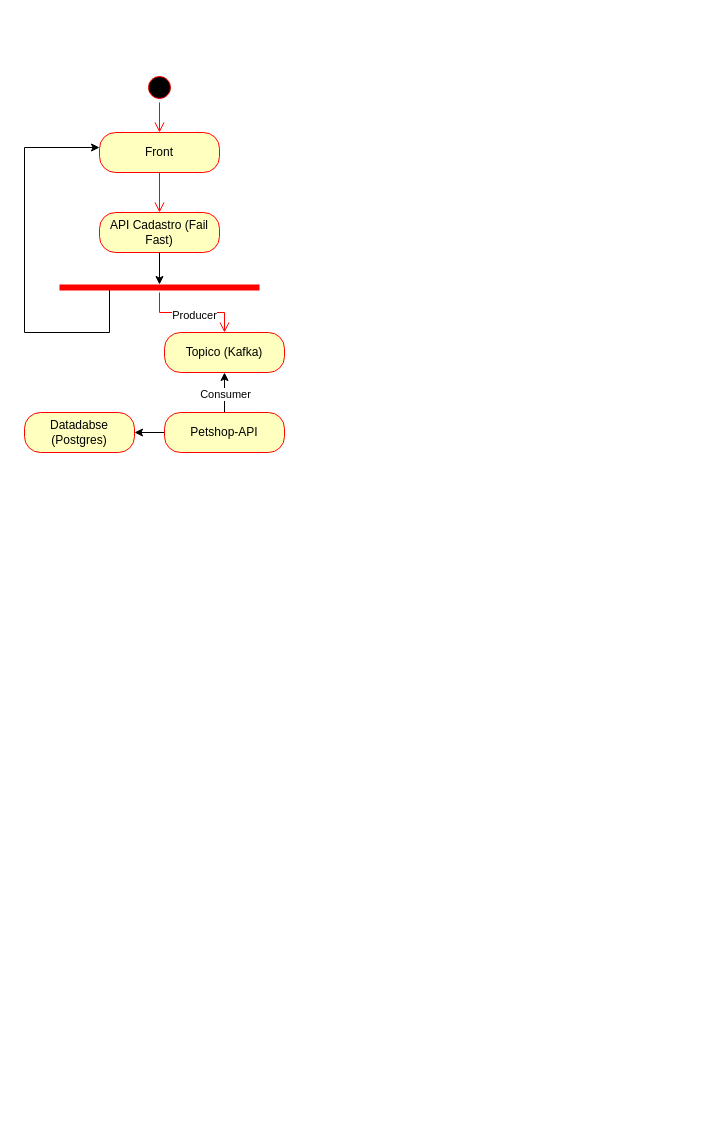
The draw.io diagram page "Usuario" (1 of 2) of diagramas/petshop-system.drawio in petshop-system/petshop-api, before the edit. Source tidied: cells renumbered, new cells numbered last; positions are measured from the earlier drawing's top-left corner, leaving out a move shared by most shapes. Both pictures are drawn from the tidied source at 100%, with x=0, y=0 at pixel (24, 72).
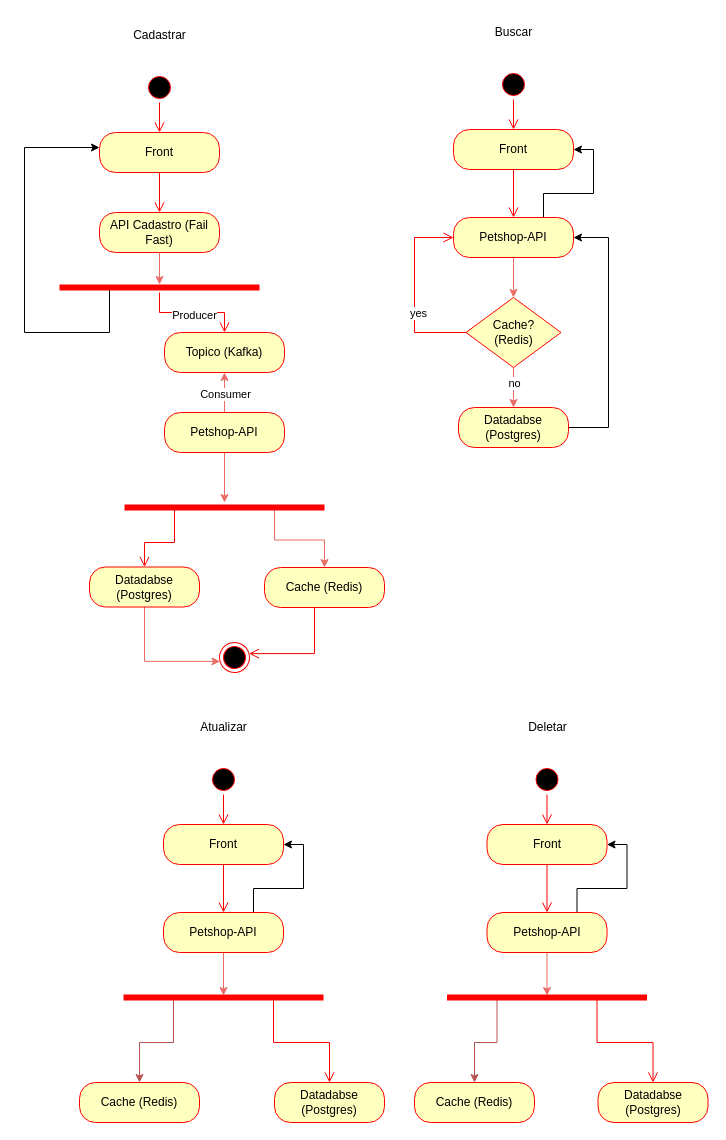
The same page after the edit.

Unchanged cells that the change refers to:
```xml
<mxCell id="3" style="shape=line;html=1;strokeWidth=6;strokeColor=#ff0000;" parent="1" vertex="1">
  <mxGeometry x="35" y="210" width="200" height="10" as="geometry" />
</mxCell>
<mxCell id="10" value="API Cadastro (Fail Fast)" style="rounded=1;whiteSpace=wrap;html=1;arcSize=40;fontColor=#000000;fillColor=#ffffc0;strokeColor=#ff0000;" parent="1" vertex="1">
  <mxGeometry x="75" y="140" width="120" height="40" as="geometry" />
</mxCell>
<mxCell id="15" value="Petshop-API" style="rounded=1;whiteSpace=wrap;html=1;arcSize=40;fontColor=#000000;fillColor=#ffffc0;strokeColor=#ff0000;" parent="1" vertex="1">
  <mxGeometry x="140" y="340" width="120" height="40" as="geometry" />
</mxCell>
<mxCell id="17" value="Topico (Kafka)" style="rounded=1;whiteSpace=wrap;html=1;arcSize=40;fontColor=#000000;fillColor=#ffffc0;strokeColor=#ff0000;" parent="1" vertex="1">
  <mxGeometry x="140" y="260" width="120" height="40" as="geometry" />
</mxCell>
```

Change to the diagram source:
```diff
@@
-    <mxCell id="11" style="edgeStyle=orthogonalEdgeStyle;rounded=0;jettySize=auto;html=1;entryX=0.5;entryY=0.2;entryDx=0;entryDy=0;entryPerimeter=0;" parent="1" edge="1" source="10" target="3">
+    <mxCell id="11" style="edgeStyle=orthogonalEdgeStyle;rounded=0;jettySize=auto;html=1;entryX=0.5;entryY=0.2;entryDx=0;entryDy=0;entryPerimeter=0;strokeColor=#EA6B66;" parent="1" edge="1" source="10" target="3">
       <mxGeometry relative="1" as="geometry" />
     </mxCell>
-    <mxCell id="12" style="edgeStyle=orthogonalEdgeStyle;rounded=0;jettySize=auto;html=1;" parent="1" edge="1" source="15" target="16">
-      <mxGeometry relative="1" as="geometry" />
-    </mxCell>
-    <mxCell id="13" style="edgeStyle=orthogonalEdgeStyle;rounded=0;jettySize=auto;html=1;entryX=0.5;entryY=1;entryDx=0;entryDy=0;" parent="1" edge="1" source="15" target="17">
+    <mxCell id="13" style="edgeStyle=orthogonalEdgeStyle;rounded=0;jettySize=auto;html=1;entryX=0.5;entryY=1;entryDx=0;entryDy=0;strokeColor=#EA6B66;" parent="1" edge="1" source="15" target="17">
       <mxGeometry relative="1" as="geometry" />
     </mxCell>
@@
+    <mxCell id="18" style="edgeStyle=orthogonalEdgeStyle;rounded=0;jettySize=auto;html=1;strokeColor=#EA6B66;" parent="1" edge="1" source="15" target="37">
+      <mxGeometry relative="1" as="geometry" />
+    </mxCell>
@@
+    <mxCell id="19" style="edgeStyle=orthogonalEdgeStyle;rounded=0;jettySize=auto;html=1;entryX=0;entryY=0;entryDx=0;entryDy=0;exitX=0.5;exitY=1;exitDx=0;exitDy=0;strokeColor=#EA6B66;" parent="1" edge="1" source="16" target="20">
+      <mxGeometry relative="1" as="geometry">
+        <Array as="points">
+          <mxPoint x="120" y="589" />
+        </Array>
+      </mxGeometry>
+    </mxCell>
     <mxCell id="16" value="Datadabse (Postgres)" style="whiteSpace=wrap;html=1;fillColor=#ffffc0;strokeColor=#ff0000;fontColor=#000000;rounded=1;arcSize=40;" parent="1" vertex="1">
-      <mxGeometry y="340" width="110" height="40" as="geometry" />
+      <mxGeometry x="65" y="494.5" width="110" height="40" as="geometry" />
     </mxCell>
@@
+    <mxCell id="20" style="ellipse;html=1;shape=endState;fillColor=#000000;strokeColor=#ff0000;rotation=-60;" parent="1" vertex="1">
+      <mxGeometry x="195" y="570" width="30" height="30" as="geometry" />
+    </mxCell>
+    <mxCell id="21" value="Cadastrar" style="text;html=1;align=center;verticalAlign=middle;strokeColor=none;fillColor=none;" parent="1" vertex="1">
+      <mxGeometry x="95" y="-52" width="80" height="30" as="geometry" />
+    </mxCell>
+    <mxCell id="22" style="ellipse;html=1;shape=startState;fillColor=#000000;strokeColor=#ff0000;" parent="1" vertex="1">
+      <mxGeometry x="474" y="-3" width="30" height="30" as="geometry" />
+    </mxCell>
+    <mxCell id="23" style="edgeStyle=orthogonalEdgeStyle;html=1;verticalAlign=bottom;endArrow=open;endSize=8;strokeColor=#ff0000;rounded=0;entryX=0.5;entryY=0;entryDx=0;entryDy=0;" parent="1" edge="1" source="22" target="24">
+      <mxGeometry relative="1" as="geometry" />
+    </mxCell>
+    <mxCell id="24" value="Front" style="rounded=1;whiteSpace=wrap;html=1;arcSize=40;fontColor=#000000;fillColor=#ffffc0;strokeColor=#ff0000;" parent="1" vertex="1">
+      <mxGeometry x="429" y="57" width="120" height="40" as="geometry" />
+    </mxCell>
+    <mxCell id="25" style="edgeStyle=orthogonalEdgeStyle;html=1;verticalAlign=bottom;endArrow=open;endSize=8;strokeColor=#ff0000;rounded=0;entryX=0.5;entryY=0;entryDx=0;entryDy=0;" parent="1" edge="1" source="24" target="28">
+      <mxGeometry relative="1" as="geometry" />
+    </mxCell>
+    <mxCell id="26" style="edgeStyle=orthogonalEdgeStyle;rounded=0;jettySize=auto;html=1;entryX=0.5;entryY=0;entryDx=0;entryDy=0;strokeColor=#EA6B66;" parent="1" edge="1" source="28" target="34">
+      <mxGeometry relative="1" as="geometry" />
+    </mxCell>
+    <mxCell id="27" style="edgeStyle=orthogonalEdgeStyle;rounded=0;jettySize=auto;html=1;exitX=0.75;exitY=0;exitDx=0;exitDy=0;entryX=1;entryY=0.5;entryDx=0;entryDy=0;" parent="1" edge="1" source="28" target="24">
+      <mxGeometry relative="1" as="geometry" />
+    </mxCell>
+    <mxCell id="28" value="Petshop-API" style="rounded=1;whiteSpace=wrap;html=1;arcSize=40;fontColor=#000000;fillColor=#ffffc0;strokeColor=#ff0000;" parent="1" vertex="1">
+      <mxGeometry x="429" y="145" width="120" height="40" as="geometry" />
+    </mxCell>
+    <mxCell id="29" style="edgeStyle=orthogonalEdgeStyle;rounded=0;jettySize=auto;html=1;" parent="1" edge="1" source="30">
+      <mxGeometry relative="1" as="geometry">
+        <mxPoint x="549" y="165" as="targetPoint" />
+        <Array as="points">
+          <mxPoint x="584" y="355" />
+          <mxPoint x="584" y="165" />
+        </Array>
+      </mxGeometry>
+    </mxCell>
+    <mxCell id="30" value="Datadabse (Postgres)" style="whiteSpace=wrap;html=1;fillColor=#ffffc0;strokeColor=#ff0000;fontColor=#000000;rounded=1;arcSize=40;" parent="1" vertex="1">
+      <mxGeometry x="434" y="335" width="110" height="40" as="geometry" />
+    </mxCell>
+    <mxCell id="31" value="Buscar" style="text;html=1;align=center;verticalAlign=middle;strokeColor=none;fillColor=none;" parent="1" vertex="1">
+      <mxGeometry x="459" y="-55" width="60" height="30" as="geometry" />
+    </mxCell>
+    <mxCell id="32" style="edgeStyle=orthogonalEdgeStyle;rounded=0;jettySize=auto;html=1;strokeColor=#EA6B66;" parent="1" edge="1" source="34" target="30">
+      <mxGeometry relative="1" as="geometry" />
+    </mxCell>
+    <mxCell id="33" value="no" style="edgeLabel;html=1;align=center;verticalAlign=middle;" parent="32" vertex="1">
+      <mxGeometry x="-0.55" y="-1" relative="1" as="geometry">
+        <mxPoint x="1" y="6" as="offset" />
+      </mxGeometry>
+    </mxCell>
+    <mxCell id="34" value="Cache? &lt;br&gt;(Redis)" style="rhombus;whiteSpace=wrap;html=1;fontColor=#000000;fillColor=#ffffc0;strokeColor=#ff0000;" parent="1" vertex="1">
+      <mxGeometry x="441.5" y="225" width="95" height="70" as="geometry" />
+    </mxCell>
+    <mxCell id="35" value="yes" style="edgeStyle=orthogonalEdgeStyle;html=1;align=left;verticalAlign=top;endArrow=open;endSize=8;strokeColor=#ff0000;rounded=0;entryX=0;entryY=0.5;entryDx=0;entryDy=0;exitX=0;exitY=0.5;exitDx=0;exitDy=0;" parent="1" edge="1" source="34" target="28">
+      <mxGeometry x="-0.09" y="6" relative="1" as="geometry">
+        <Array as="points">
+          <mxPoint x="390" y="260" />
+          <mxPoint x="390" y="165" />
+        </Array>
+      </mxGeometry>
+    </mxCell>
+    <mxCell id="36" style="edgeStyle=orthogonalEdgeStyle;rounded=0;jettySize=auto;html=1;exitX=0.75;exitY=0.5;exitDx=0;exitDy=0;exitPerimeter=0;entryX=0.5;entryY=0;entryDx=0;entryDy=0;strokeColor=#EA6B66;" parent="1" edge="1" source="37" target="39">
+      <mxGeometry relative="1" as="geometry" />
+    </mxCell>
+    <mxCell id="37" style="shape=line;html=1;strokeWidth=6;strokeColor=#ff0000;" parent="1" vertex="1">
+      <mxGeometry x="100" y="430" width="200" height="10" as="geometry" />
+    </mxCell>
+    <mxCell id="38" style="edgeStyle=orthogonalEdgeStyle;html=1;verticalAlign=bottom;endArrow=open;endSize=8;strokeColor=#ff0000;rounded=0;entryX=0.5;entryY=0;entryDx=0;entryDy=0;exitX=0.25;exitY=0.5;exitDx=0;exitDy=0;exitPerimeter=0;" parent="1" edge="1" source="37" target="16">
+      <mxGeometry relative="1" as="geometry">
+        <Array as="points">
+          <mxPoint x="150" y="470" />
+          <mxPoint x="120" y="470" />
+        </Array>
+      </mxGeometry>
+    </mxCell>
+    <mxCell id="39" value="Cache (Redis)" style="rounded=1;whiteSpace=wrap;html=1;arcSize=40;fontColor=#000000;fillColor=#ffffc0;strokeColor=#ff0000;" parent="1" vertex="1">
+      <mxGeometry x="240" y="495" width="120" height="40" as="geometry" />
+    </mxCell>
+    <mxCell id="40" style="edgeStyle=orthogonalEdgeStyle;html=1;verticalAlign=bottom;endArrow=open;endSize=8;strokeColor=#ff0000;rounded=0;entryX=1;entryY=1;entryDx=0;entryDy=0;" parent="1" edge="1" source="39" target="20">
+      <mxGeometry relative="1" as="geometry">
+        <Array as="points">
+          <mxPoint x="290" y="581" />
+        </Array>
+      </mxGeometry>
+    </mxCell>
+    <mxCell id="41" style="ellipse;html=1;shape=startState;fillColor=#000000;strokeColor=#ff0000;" parent="1" vertex="1">
+      <mxGeometry x="184" y="692" width="30" height="30" as="geometry" />
+    </mxCell>
+    <mxCell id="42" style="edgeStyle=orthogonalEdgeStyle;html=1;verticalAlign=bottom;endArrow=open;endSize=8;strokeColor=#ff0000;rounded=0;entryX=0.5;entryY=0;entryDx=0;entryDy=0;" parent="1" edge="1" source="41" target="43">
+      <mxGeometry relative="1" as="geometry" />
+    </mxCell>
+    <mxCell id="43" value="Front" style="rounded=1;whiteSpace=wrap;html=1;arcSize=40;fontColor=#000000;fillColor=#ffffc0;strokeColor=#ff0000;" parent="1" vertex="1">
+      <mxGeometry x="139" y="752" width="120" height="40" as="geometry" />
+    </mxCell>
+    <mxCell id="44" style="edgeStyle=orthogonalEdgeStyle;html=1;verticalAlign=bottom;endArrow=open;endSize=8;strokeColor=#ff0000;rounded=0;entryX=0.5;entryY=0;entryDx=0;entryDy=0;" parent="1" edge="1" source="43" target="47">
+      <mxGeometry relative="1" as="geometry" />
+    </mxCell>
+    <mxCell id="45" style="edgeStyle=orthogonalEdgeStyle;rounded=0;jettySize=auto;html=1;strokeColor=#EA6B66;entryX=0.5;entryY=0.3;entryDx=0;entryDy=0;entryPerimeter=0;" parent="1" edge="1" source="47" target="51">
+      <mxGeometry relative="1" as="geometry" />
+    </mxCell>
+    <mxCell id="46" style="edgeStyle=orthogonalEdgeStyle;rounded=0;jettySize=auto;html=1;exitX=0.75;exitY=0;exitDx=0;exitDy=0;entryX=1;entryY=0.5;entryDx=0;entryDy=0;" parent="1" edge="1" source="47" target="43">
+      <mxGeometry relative="1" as="geometry" />
+    </mxCell>
+    <mxCell id="47" value="Petshop-API" style="rounded=1;whiteSpace=wrap;html=1;arcSize=40;fontColor=#000000;fillColor=#ffffc0;strokeColor=#ff0000;" parent="1" vertex="1">
+      <mxGeometry x="139" y="840" width="120" height="40" as="geometry" />
+    </mxCell>
+    <mxCell id="48" value="Datadabse (Postgres)" style="whiteSpace=wrap;html=1;fillColor=#ffffc0;strokeColor=#ff0000;fontColor=#000000;rounded=1;arcSize=40;" parent="1" vertex="1">
+      <mxGeometry x="250" y="1010" width="110" height="40" as="geometry" />
+    </mxCell>
+    <mxCell id="49" value="Atualizar" style="text;html=1;align=center;verticalAlign=middle;strokeColor=none;fillColor=none;" parent="1" vertex="1">
+      <mxGeometry x="164" y="640" width="70" height="30" as="geometry" />
+    </mxCell>
+    <mxCell id="50" style="edgeStyle=orthogonalEdgeStyle;rounded=0;jettySize=auto;html=1;entryX=0.5;entryY=0;entryDx=0;entryDy=0;exitX=0.25;exitY=0.5;exitDx=0;exitDy=0;exitPerimeter=0;fillColor=#f8cecc;strokeColor=#b85450;" parent="1" edge="1" source="51" target="53">
+      <mxGeometry relative="1" as="geometry" />
+    </mxCell>
+    <mxCell id="51" style="shape=line;html=1;strokeWidth=6;strokeColor=#ff0000;" parent="1" vertex="1">
+      <mxGeometry x="99" y="920" width="200" height="10" as="geometry" />
+    </mxCell>
+    <mxCell id="52" style="edgeStyle=orthogonalEdgeStyle;html=1;verticalAlign=bottom;endArrow=open;endSize=8;strokeColor=#ff0000;rounded=0;entryX=0.5;entryY=0;entryDx=0;entryDy=0;exitX=0.75;exitY=0.5;exitDx=0;exitDy=0;exitPerimeter=0;" parent="1" edge="1" source="51" target="48">
+      <mxGeometry relative="1" as="geometry" />
+    </mxCell>
+    <mxCell id="53" value="Cache (Redis)" style="rounded=1;whiteSpace=wrap;html=1;arcSize=40;fontColor=#000000;fillColor=#ffffc0;strokeColor=#ff0000;" parent="1" vertex="1">
+      <mxGeometry x="55" y="1010" width="120" height="40" as="geometry" />
+    </mxCell>
+    <mxCell id="54" style="ellipse;html=1;shape=startState;fillColor=#000000;strokeColor=#ff0000;" parent="1" vertex="1">
+      <mxGeometry x="507.5" y="692" width="30" height="30" as="geometry" />
+    </mxCell>
+    <mxCell id="55" style="edgeStyle=orthogonalEdgeStyle;html=1;verticalAlign=bottom;endArrow=open;endSize=8;strokeColor=#ff0000;rounded=0;entryX=0.5;entryY=0;entryDx=0;entryDy=0;" parent="1" edge="1" source="54" target="56">
+      <mxGeometry relative="1" as="geometry" />
+    </mxCell>
+    <mxCell id="56" value="Front" style="rounded=1;whiteSpace=wrap;html=1;arcSize=40;fontColor=#000000;fillColor=#ffffc0;strokeColor=#ff0000;" parent="1" vertex="1">
+      <mxGeometry x="462.5" y="752" width="120" height="40" as="geometry" />
+    </mxCell>
+    <mxCell id="57" style="edgeStyle=orthogonalEdgeStyle;html=1;verticalAlign=bottom;endArrow=open;endSize=8;strokeColor=#ff0000;rounded=0;entryX=0.5;entryY=0;entryDx=0;entryDy=0;" parent="1" edge="1" source="56" target="60">
+      <mxGeometry relative="1" as="geometry" />
+    </mxCell>
+    <mxCell id="58" style="edgeStyle=orthogonalEdgeStyle;rounded=0;jettySize=auto;html=1;strokeColor=#EA6B66;entryX=0.5;entryY=0.3;entryDx=0;entryDy=0;entryPerimeter=0;" parent="1" edge="1" source="60" target="64">
+      <mxGeometry relative="1" as="geometry" />
+    </mxCell>
+    <mxCell id="59" style="edgeStyle=orthogonalEdgeStyle;rounded=0;jettySize=auto;html=1;exitX=0.75;exitY=0;exitDx=0;exitDy=0;entryX=1;entryY=0.5;entryDx=0;entryDy=0;" parent="1" edge="1" source="60" target="56">
+      <mxGeometry relative="1" as="geometry" />
+    </mxCell>
+    <mxCell id="60" value="Petshop-API" style="rounded=1;whiteSpace=wrap;html=1;arcSize=40;fontColor=#000000;fillColor=#ffffc0;strokeColor=#ff0000;" parent="1" vertex="1">
+      <mxGeometry x="462.5" y="840" width="120" height="40" as="geometry" />
+    </mxCell>
+    <mxCell id="61" value="Datadabse (Postgres)" style="whiteSpace=wrap;html=1;fillColor=#ffffc0;strokeColor=#ff0000;fontColor=#000000;rounded=1;arcSize=40;" parent="1" vertex="1">
+      <mxGeometry x="573.5" y="1010" width="110" height="40" as="geometry" />
+    </mxCell>
+    <mxCell id="62" value="Deletar" style="text;html=1;align=center;verticalAlign=middle;strokeColor=none;fillColor=none;" parent="1" vertex="1">
+      <mxGeometry x="492.5" y="640" width="60" height="30" as="geometry" />
+    </mxCell>
+    <mxCell id="63" style="edgeStyle=orthogonalEdgeStyle;rounded=0;jettySize=auto;html=1;entryX=0.5;entryY=0;entryDx=0;entryDy=0;exitX=0.25;exitY=0.5;exitDx=0;exitDy=0;exitPerimeter=0;fillColor=#f8cecc;strokeColor=#b85450;" parent="1" edge="1" source="64" target="66">
+      <mxGeometry relative="1" as="geometry" />
+    </mxCell>
+    <mxCell id="64" style="shape=line;html=1;strokeWidth=6;strokeColor=#ff0000;" parent="1" vertex="1">
+      <mxGeometry x="422.5" y="920" width="200" height="10" as="geometry" />
+    </mxCell>
+    <mxCell id="65" style="edgeStyle=orthogonalEdgeStyle;html=1;verticalAlign=bottom;endArrow=open;endSize=8;strokeColor=#ff0000;rounded=0;entryX=0.5;entryY=0;entryDx=0;entryDy=0;exitX=0.75;exitY=0.5;exitDx=0;exitDy=0;exitPerimeter=0;" parent="1" edge="1" source="64" target="61">
+      <mxGeometry relative="1" as="geometry" />
+    </mxCell>
+    <mxCell id="66" value="Cache (Redis)" style="rounded=1;whiteSpace=wrap;html=1;arcSize=40;fontColor=#000000;fillColor=#ffffc0;strokeColor=#ff0000;" parent="1" vertex="1">
+      <mxGeometry x="390" y="1010" width="120" height="40" as="geometry" />
+    </mxCell>
```
